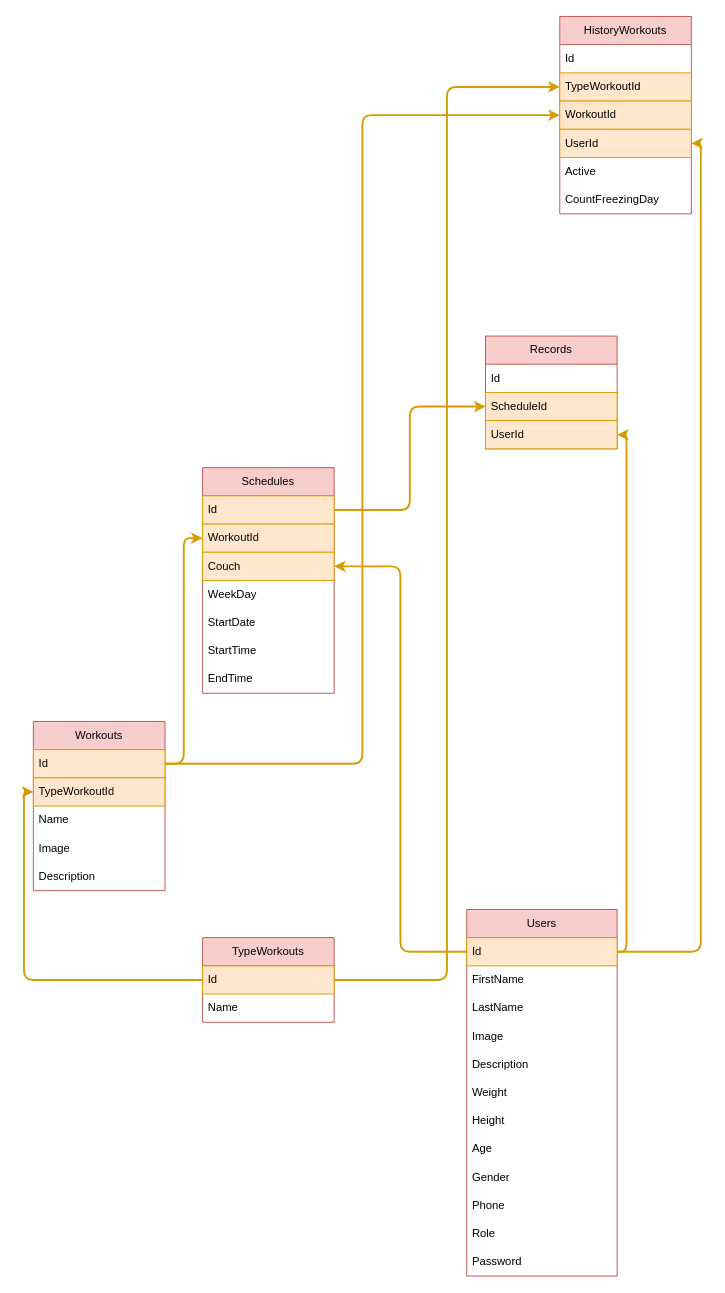
The draw.io diagram doc/application.drawio in VyacheslavMironov/JALUR_API, before the edit. Source tidied: cells renumbered, new cells numbered last; positions are measured from the earlier drawing's top-left corner, leaving out a move shared by most shapes. Both pictures are drawn from the tidied source at 94%, with x=0, y=0 at pixel (33, 16).
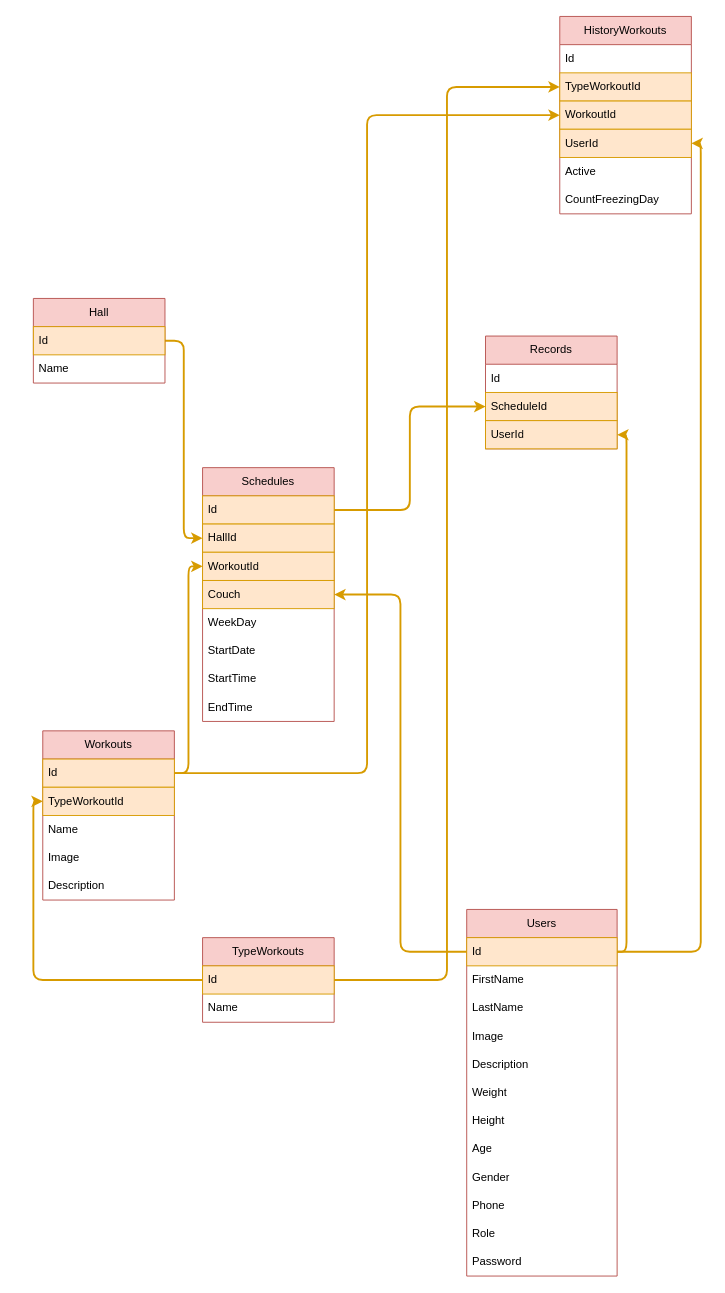
The same diagram, later.

The edit, as a diff of the source:
```diff
@@
     <mxCell id="18" value="Schedules" style="swimlane;fontStyle=0;horizontal=1;startSize=30;whiteSpace=wrap;html=1;strokeWidth=1;fillColor=#f8cecc;strokeColor=#b85450;" parent="1" vertex="1">
-      <mxGeometry x="180" y="480" width="140" height="240" as="geometry" />
+      <mxGeometry x="180" y="480" width="140" height="270" as="geometry" />
     </mxCell>
@@
+    <mxCell id="51" value="HallId" style="text;strokeColor=#d79b00;fillColor=#ffe6cc;align=left;verticalAlign=middle;spacingLeft=4;spacingRight=4;overflow=hidden;points=[[0,0.5],[1,0.5]];portConstraint=eastwest;whiteSpace=wrap;html=1;strokeWidth=1;" parent="18" vertex="1">
+      <mxGeometry y="60" width="140" height="30" as="geometry" />
+    </mxCell>
     <mxCell id="20" value="WorkoutId" style="text;strokeColor=#d79b00;fillColor=#ffe6cc;align=left;verticalAlign=middle;spacingLeft=4;spacingRight=4;overflow=hidden;points=[[0,0.5],[1,0.5]];portConstraint=eastwest;whiteSpace=wrap;html=1;strokeWidth=1;" parent="18" vertex="1">
-      <mxGeometry y="60" width="140" height="30" as="geometry" />
+      <mxGeometry y="90" width="140" height="30" as="geometry" />
     </mxCell>
     <mxCell id="21" value="Couch" style="text;strokeColor=#d79b00;fillColor=#ffe6cc;align=left;verticalAlign=middle;spacingLeft=4;spacingRight=4;overflow=hidden;points=[[0,0.5],[1,0.5]];portConstraint=eastwest;whiteSpace=wrap;html=1;strokeWidth=1;" parent="18" vertex="1">
-      <mxGeometry y="90" width="140" height="30" as="geometry" />
+      <mxGeometry y="120" width="140" height="30" as="geometry" />
     </mxCell>
     <mxCell id="22" value="WeekDay" style="text;strokeColor=none;fillColor=none;align=left;verticalAlign=middle;spacingLeft=4;spacingRight=4;overflow=hidden;whiteSpace=wrap;html=1;strokeWidth=1;" parent="18" vertex="1">
-      <mxGeometry y="120" width="140" height="30" as="geometry" />
+      <mxGeometry y="150" width="140" height="30" as="geometry" />
     </mxCell>
     <mxCell id="23" value="StartDate" style="text;strokeColor=none;fillColor=none;align=left;verticalAlign=middle;spacingLeft=4;spacingRight=4;overflow=hidden;whiteSpace=wrap;html=1;strokeWidth=1;" parent="18" vertex="1">
-      <mxGeometry y="150" width="140" height="30" as="geometry" />
+      <mxGeometry y="180" width="140" height="30" as="geometry" />
     </mxCell>
     <mxCell id="24" value="StartTime" style="text;strokeColor=none;fillColor=none;align=left;verticalAlign=middle;spacingLeft=4;spacingRight=4;overflow=hidden;whiteSpace=wrap;html=1;strokeWidth=1;" parent="18" vertex="1">
-      <mxGeometry y="180" width="140" height="30" as="geometry" />
+      <mxGeometry y="210" width="140" height="30" as="geometry" />
     </mxCell>
     <mxCell id="25" value="EndTime" style="text;strokeColor=none;fillColor=none;align=left;verticalAlign=middle;spacingLeft=4;spacingRight=4;overflow=hidden;whiteSpace=wrap;html=1;strokeWidth=1;" parent="18" vertex="1">
-      <mxGeometry y="210" width="140" height="30" as="geometry" />
+      <mxGeometry y="240" width="140" height="30" as="geometry" />
     </mxCell>
@@
     <mxCell id="34" value="Workouts" style="swimlane;fontStyle=0;horizontal=1;startSize=30;whiteSpace=wrap;html=1;strokeWidth=1;fillColor=#f8cecc;strokeColor=#b85450;" parent="1" vertex="1">
-      <mxGeometry y="750" width="140" height="180" as="geometry" />
+      <mxGeometry x="10" y="760" width="140" height="180" as="geometry" />
     </mxCell>
@@
+    <mxCell id="52" style="edgeStyle=orthogonalEdgeStyle;html=1;exitX=1;exitY=0.5;exitDx=0;exitDy=0;entryX=0;entryY=0.5;entryDx=0;entryDy=0;fillColor=#ffe6cc;strokeColor=#d79b00;strokeWidth=2;" parent="1" edge="1" source="53" target="51">
+      <mxGeometry relative="1" as="geometry" />
+    </mxCell>
+    <mxCell id="53" value="Hall" style="swimlane;fontStyle=0;horizontal=1;startSize=30;whiteSpace=wrap;html=1;strokeWidth=1;fillColor=#f8cecc;strokeColor=#b85450;" parent="1" vertex="1">
+      <mxGeometry y="300" width="140" height="90" as="geometry" />
+    </mxCell>
+    <mxCell id="54" value="Id" style="text;strokeColor=#d79b00;fillColor=#ffe6cc;align=left;verticalAlign=middle;spacingLeft=4;spacingRight=4;overflow=hidden;whiteSpace=wrap;html=1;strokeWidth=1;" parent="53" vertex="1">
+      <mxGeometry y="30" width="140" height="30" as="geometry" />
+    </mxCell>
+    <mxCell id="55" value="Name" style="text;strokeColor=none;fillColor=none;align=left;verticalAlign=middle;spacingLeft=4;spacingRight=4;overflow=hidden;whiteSpace=wrap;html=1;strokeWidth=1;" parent="53" vertex="1">
+      <mxGeometry y="60" width="140" height="30" as="geometry" />
+    </mxCell>
```
